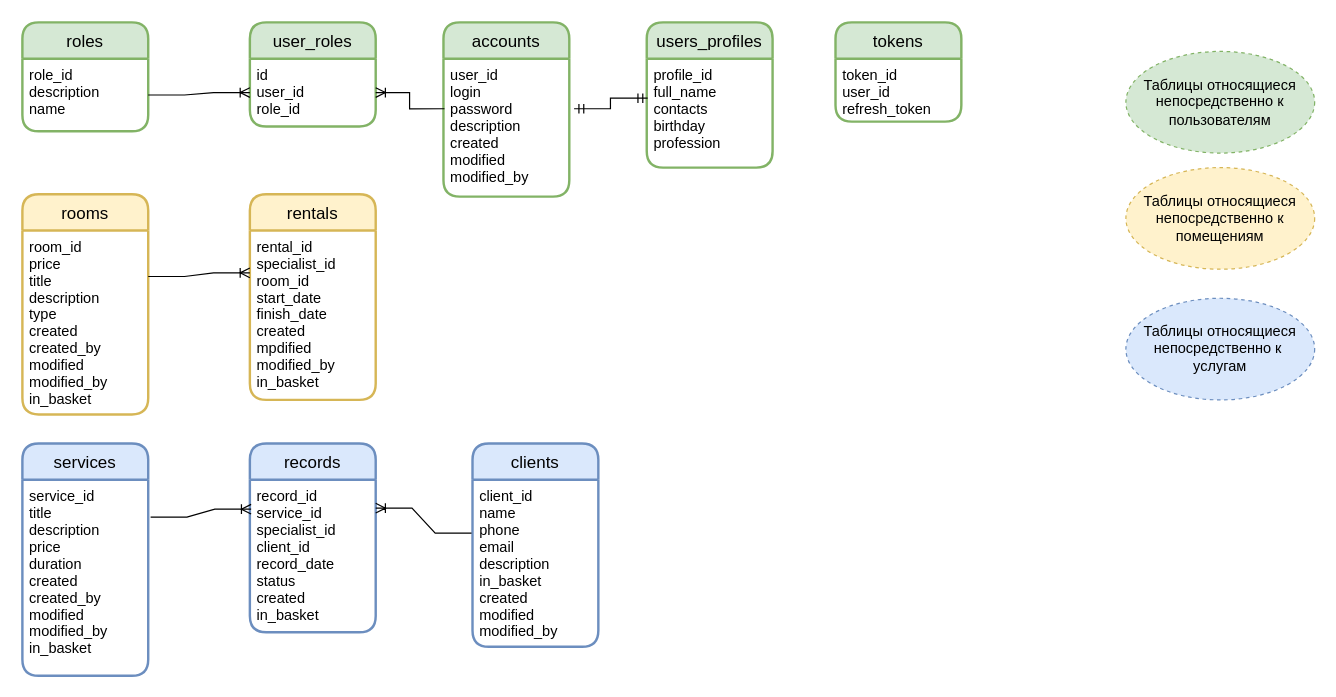
LeksinaAnna/self-employed-services keeps this draw.io diagram as db_schema.drawio. Above is the earlier version. Source tidied: cells renumbered, new cells numbered last; positions are measured from the earlier drawing's top-left corner, leaving out a move shared by most shapes. Both pictures are drawn from the tidied source at 121%, with x=0, y=0 at pixel (22, 22).
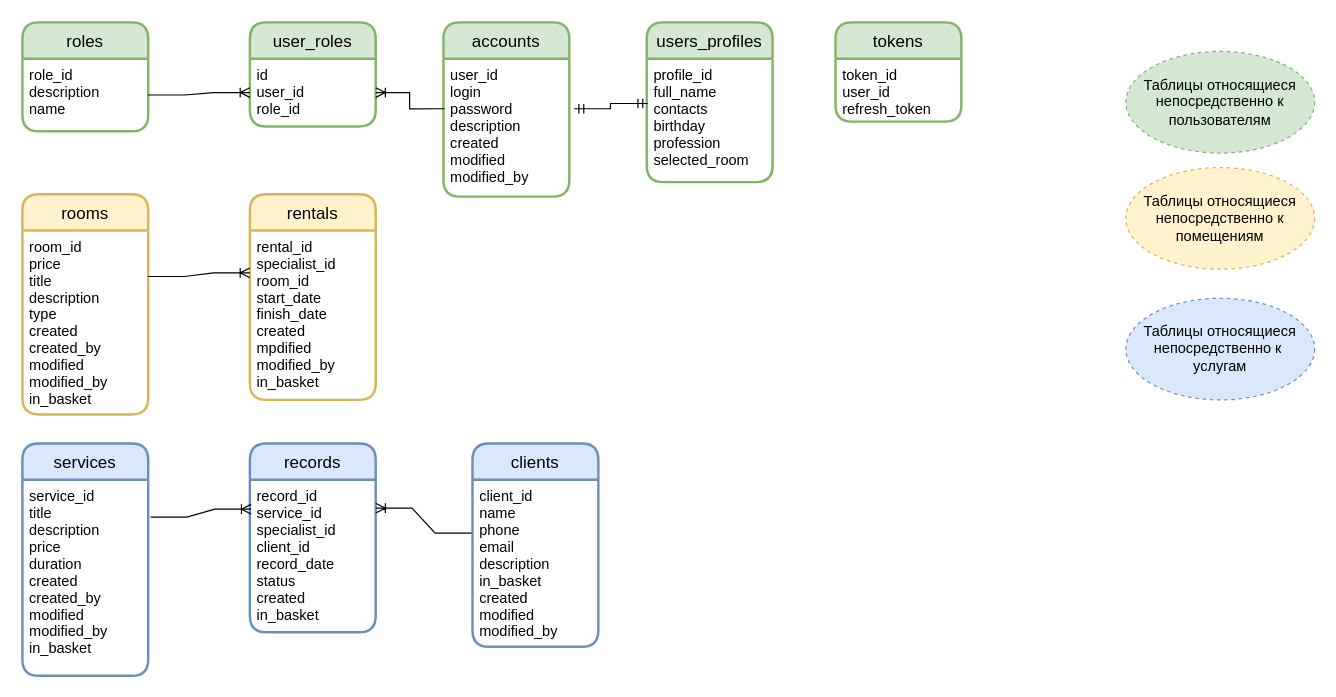
The same page after the edit.

What changed in the source:
```diff
@@
     <mxCell id="13" value="users_profiles" style="swimlane;horizontal=1;startSize=30;rounded=1;fontSize=14;fontStyle=0;strokeWidth=2;shadow=0;dashed=0;align=center;fillColor=#d5e8d4;strokeColor=#82b366;" parent="1" vertex="1">
-      <mxGeometry x="516" width="104" height="120" as="geometry" />
+      <mxGeometry x="516" width="104" height="132" as="geometry" />
     </mxCell>
-    <mxCell id="14" value="profile_id&#10;full_name&#10;contacts&#10;birthday&#10;profession" style="align=left;strokeColor=none;fillColor=none;spacingLeft=4;fontSize=12;verticalAlign=top;" parent="13" vertex="1">
-      <mxGeometry y="30" width="104" height="90" as="geometry" />
+    <mxCell id="14" value="profile_id&#10;full_name&#10;contacts&#10;birthday&#10;profession&#10;selected_room" style="align=left;strokeColor=none;fillColor=none;spacingLeft=4;fontSize=12;verticalAlign=top;" parent="13" vertex="1">
+      <mxGeometry y="30" width="104" height="102" as="geometry" />
     </mxCell>
```
